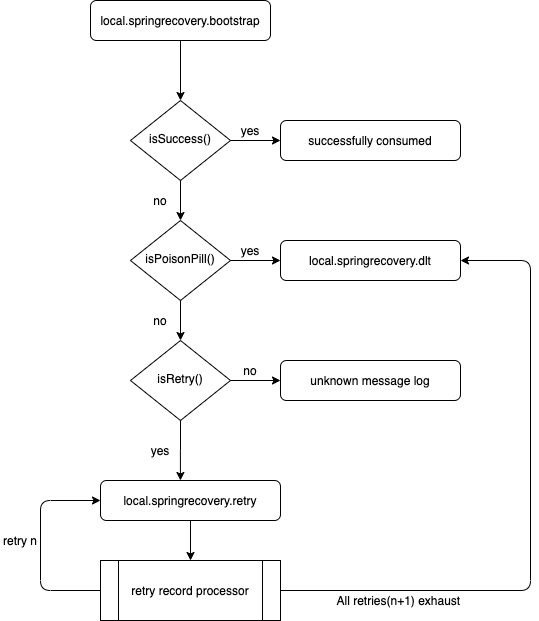
Earlier version of the draw.io export documents/spring-kafka-recovery-flow.png (Raghav2211/spring-kafka-recovery). Source tidied: cells renumbered, new cells last; positions are measured from the earlier drawing's top-left corner, leaving out a move shared by most shapes. Source of this version:
```xml
<mxGraphModel>
  <root>
    <mxCell id="0" />
    <mxCell id="1" parent="0" />
    <mxCell id="2" style="group;" parent="1" vertex="1">
      <mxGeometry width="530" height="620" as="geometry" />
    </mxCell>
    <mxCell id="3" value="isSuccess()" style="rhombus;whiteSpace=wrap;html=1;shadow=0;fontFamily=Helvetica;fontSize=12;align=center;strokeWidth=1;spacing=6;spacingTop=-4;" parent="2" vertex="1">
      <mxGeometry x="130" y="100" width="100" height="80" as="geometry" />
    </mxCell>
    <mxCell id="4" value="successfully consumed" style="rounded=1;whiteSpace=wrap;html=1;fontSize=12;glass=0;strokeWidth=1;shadow=0;" parent="2" vertex="1">
      <mxGeometry x="280" y="120" width="180" height="40" as="geometry" />
    </mxCell>
    <mxCell id="5" style="edgeStyle=orthogonalEdgeStyle;rounded=0;jettySize=auto;html=1;entryX=0;entryY=0.5;entryDx=0;entryDy=0;" parent="2" edge="1" source="3" target="4">
      <mxGeometry relative="1" as="geometry" />
    </mxCell>
    <mxCell id="6" style="edgeStyle=orthogonalEdgeStyle;rounded=0;jettySize=auto;html=1;entryX=0.5;entryY=0;entryDx=0;entryDy=0;" parent="2" edge="1" source="7" target="3">
      <mxGeometry relative="1" as="geometry" />
    </mxCell>
    <mxCell id="7" value="local.springrecovery.bootstrap" style="rounded=1;whiteSpace=wrap;html=1;fontSize=12;glass=0;strokeWidth=1;shadow=0;" parent="2" vertex="1">
      <mxGeometry x="90" width="180" height="40" as="geometry" />
    </mxCell>
    <mxCell id="8" value="isPoisonPill()" style="rhombus;whiteSpace=wrap;html=1;shadow=0;fontFamily=Helvetica;fontSize=12;align=center;strokeWidth=1;spacing=6;spacingTop=-4;" parent="2" vertex="1">
      <mxGeometry x="130" y="220" width="100" height="80" as="geometry" />
    </mxCell>
    <mxCell id="9" style="edgeStyle=orthogonalEdgeStyle;rounded=0;jettySize=auto;html=1;entryX=0.5;entryY=0;entryDx=0;entryDy=0;" parent="2" edge="1" source="3" target="8">
      <mxGeometry relative="1" as="geometry" />
    </mxCell>
    <mxCell id="10" value="isRetry()" style="rhombus;whiteSpace=wrap;html=1;shadow=0;fontFamily=Helvetica;fontSize=12;align=center;strokeWidth=1;spacing=6;spacingTop=-4;" parent="2" vertex="1">
      <mxGeometry x="130" y="340" width="100" height="80" as="geometry" />
    </mxCell>
    <mxCell id="11" style="edgeStyle=orthogonalEdgeStyle;rounded=0;jettySize=auto;html=1;entryX=0.5;entryY=0;entryDx=0;entryDy=0;" parent="2" edge="1" source="8" target="10">
      <mxGeometry relative="1" as="geometry" />
    </mxCell>
    <mxCell id="12" value="local.springrecovery.dlt" style="rounded=1;whiteSpace=wrap;html=1;fontSize=12;glass=0;strokeWidth=1;shadow=0;" parent="2" vertex="1">
      <mxGeometry x="280" y="240" width="180" height="40" as="geometry" />
    </mxCell>
    <mxCell id="13" style="edgeStyle=orthogonalEdgeStyle;rounded=0;jettySize=auto;html=1;entryX=0;entryY=0.5;entryDx=0;entryDy=0;" parent="2" edge="1" source="8" target="12">
      <mxGeometry relative="1" as="geometry" />
    </mxCell>
    <mxCell id="14" value="unknown message log" style="rounded=1;whiteSpace=wrap;html=1;fontSize=12;glass=0;strokeWidth=1;shadow=0;" parent="2" vertex="1">
      <mxGeometry x="280" y="360" width="180" height="40" as="geometry" />
    </mxCell>
    <mxCell id="15" style="edgeStyle=orthogonalEdgeStyle;rounded=0;jettySize=auto;html=1;entryX=0;entryY=0.5;entryDx=0;entryDy=0;" parent="2" edge="1" source="10" target="14">
      <mxGeometry relative="1" as="geometry" />
    </mxCell>
    <mxCell id="16" value="local.springrecovery.retry" style="rounded=1;whiteSpace=wrap;html=1;fontSize=12;glass=0;strokeWidth=1;shadow=0;" parent="2" vertex="1">
      <mxGeometry x="100" y="480" width="180" height="40" as="geometry" />
    </mxCell>
    <mxCell id="17" style="edgeStyle=orthogonalEdgeStyle;rounded=0;jettySize=auto;html=1;entryX=0.444;entryY=0;entryDx=0;entryDy=0;entryPerimeter=0;" parent="2" edge="1" source="10" target="16">
      <mxGeometry relative="1" as="geometry" />
    </mxCell>
    <mxCell id="18" value="retry record processor" style="shape=process;whiteSpace=wrap;html=1;backgroundOutline=1;" parent="2" vertex="1">
      <mxGeometry x="100" y="560" width="180" height="60" as="geometry" />
    </mxCell>
    <mxCell id="19" style="endArrow=classic;html=1;exitX=1;exitY=0.5;exitDx=0;exitDy=0;entryX=1;entryY=0.5;entryDx=0;entryDy=0;" parent="2" edge="1" source="18" target="12">
      <mxGeometry relative="1" as="geometry">
        <Array as="points">
          <mxPoint x="530" y="590" />
          <mxPoint x="530" y="260" />
        </Array>
      </mxGeometry>
    </mxCell>
    <mxCell id="20" value="All retries(n+1) exhaust&amp;nbsp;" style="text;html=1;strokeColor=none;fillColor=none;align=center;verticalAlign=middle;whiteSpace=wrap;rounded=0;" parent="2" vertex="1">
      <mxGeometry x="330" y="590" width="140" height="20" as="geometry" />
    </mxCell>
    <mxCell id="21" value="yes" style="text;html=1;strokeColor=none;fillColor=none;align=center;verticalAlign=middle;whiteSpace=wrap;rounded=0;" parent="2" vertex="1">
      <mxGeometry x="230" y="120" width="40" height="20" as="geometry" />
    </mxCell>
    <mxCell id="22" value="no" style="text;html=1;strokeColor=none;fillColor=none;align=center;verticalAlign=middle;whiteSpace=wrap;rounded=0;" parent="2" vertex="1">
      <mxGeometry x="140" y="190" width="40" height="20" as="geometry" />
    </mxCell>
    <mxCell id="23" value="yes" style="text;html=1;strokeColor=none;fillColor=none;align=center;verticalAlign=middle;whiteSpace=wrap;rounded=0;" parent="2" vertex="1">
      <mxGeometry x="230" y="240" width="40" height="20" as="geometry" />
    </mxCell>
    <mxCell id="24" value="no" style="text;html=1;strokeColor=none;fillColor=none;align=center;verticalAlign=middle;whiteSpace=wrap;rounded=0;" parent="2" vertex="1">
      <mxGeometry x="140" y="310" width="40" height="20" as="geometry" />
    </mxCell>
    <mxCell id="25" value="no" style="text;html=1;strokeColor=none;fillColor=none;align=center;verticalAlign=middle;whiteSpace=wrap;rounded=0;" parent="2" vertex="1">
      <mxGeometry x="230" y="360" width="40" height="20" as="geometry" />
    </mxCell>
    <mxCell id="26" value="yes" style="text;html=1;strokeColor=none;fillColor=none;align=center;verticalAlign=middle;whiteSpace=wrap;rounded=0;" parent="2" vertex="1">
      <mxGeometry x="140" y="440" width="40" height="20" as="geometry" />
    </mxCell>
    <mxCell id="27" style="edgeStyle=orthogonalEdgeStyle;rounded=0;jettySize=auto;html=1;entryX=0.5;entryY=0;entryDx=0;entryDy=0;" parent="2" edge="1" source="16" target="18">
      <mxGeometry relative="1" as="geometry" />
    </mxCell>
    <mxCell id="28" style="endArrow=classic;html=1;entryX=0;entryY=0.5;entryDx=0;entryDy=0;exitX=0;exitY=0.5;exitDx=0;exitDy=0;" parent="2" edge="1" source="18" target="16">
      <mxGeometry relative="1" as="geometry">
        <Array as="points">
          <mxPoint x="40" y="590" />
          <mxPoint x="40" y="500" />
        </Array>
      </mxGeometry>
    </mxCell>
    <mxCell id="29" value="retry n" style="text;html=1;strokeColor=none;fillColor=none;align=center;verticalAlign=middle;whiteSpace=wrap;rounded=0;" parent="2" vertex="1">
      <mxGeometry y="530" width="40" height="20" as="geometry" />
    </mxCell>
  </root>
</mxGraphModel>
```
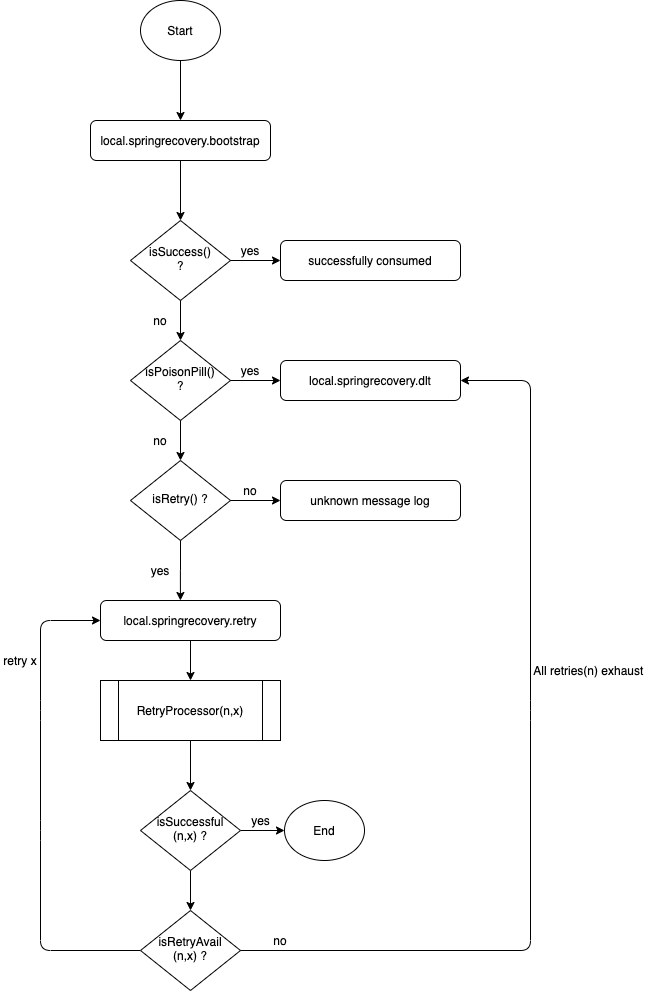
Above is the later version.

Commit message:
add missing condition in flow

Diff of the diagram source:
```diff
@@ -5,7 +5,7 @@
     <mxCell id="2" style="group;" parent="1" vertex="1">
       <mxGeometry width="530" height="620" as="geometry" />
     </mxCell>
-    <mxCell id="3" value="isSuccess()" style="rhombus;whiteSpace=wrap;html=1;shadow=0;fontFamily=Helvetica;fontSize=12;align=center;strokeWidth=1;spacing=6;spacingTop=-4;" parent="2" vertex="1">
+    <mxCell id="3" value="isSuccess()&lt;br&gt;?" style="rhombus;whiteSpace=wrap;html=1;shadow=0;fontFamily=Helvetica;fontSize=12;align=center;strokeWidth=1;spacing=6;spacingTop=-4;" parent="2" vertex="1">
       <mxGeometry x="130" y="100" width="100" height="80" as="geometry" />
     </mxCell>
     <mxCell id="4" value="successfully consumed" style="rounded=1;whiteSpace=wrap;html=1;fontSize=12;glass=0;strokeWidth=1;shadow=0;" parent="2" vertex="1">
@@ -20,13 +20,13 @@
     <mxCell id="7" value="local.springrecovery.bootstrap" style="rounded=1;whiteSpace=wrap;html=1;fontSize=12;glass=0;strokeWidth=1;shadow=0;" parent="2" vertex="1">
       <mxGeometry x="90" width="180" height="40" as="geometry" />
     </mxCell>
-    <mxCell id="8" value="isPoisonPill()" style="rhombus;whiteSpace=wrap;html=1;shadow=0;fontFamily=Helvetica;fontSize=12;align=center;strokeWidth=1;spacing=6;spacingTop=-4;" parent="2" vertex="1">
+    <mxCell id="8" value="isPoisonPill()&lt;br&gt;?" style="rhombus;whiteSpace=wrap;html=1;shadow=0;fontFamily=Helvetica;fontSize=12;align=center;strokeWidth=1;spacing=6;spacingTop=-4;" parent="2" vertex="1">
       <mxGeometry x="130" y="220" width="100" height="80" as="geometry" />
     </mxCell>
     <mxCell id="9" style="edgeStyle=orthogonalEdgeStyle;rounded=0;jettySize=auto;html=1;entryX=0.5;entryY=0;entryDx=0;entryDy=0;" parent="2" edge="1" source="3" target="8">
       <mxGeometry relative="1" as="geometry" />
     </mxCell>
-    <mxCell id="10" value="isRetry()" style="rhombus;whiteSpace=wrap;html=1;shadow=0;fontFamily=Helvetica;fontSize=12;align=center;strokeWidth=1;spacing=6;spacingTop=-4;" parent="2" vertex="1">
+    <mxCell id="10" value="isRetry() ?" style="rhombus;whiteSpace=wrap;html=1;shadow=0;fontFamily=Helvetica;fontSize=12;align=center;strokeWidth=1;spacing=6;spacingTop=-4;" parent="2" vertex="1">
       <mxGeometry x="130" y="340" width="100" height="80" as="geometry" />
     </mxCell>
     <mxCell id="11" style="edgeStyle=orthogonalEdgeStyle;rounded=0;jettySize=auto;html=1;entryX=0.5;entryY=0;entryDx=0;entryDy=0;" parent="2" edge="1" source="8" target="10">
@@ -50,20 +50,9 @@
     <mxCell id="17" style="edgeStyle=orthogonalEdgeStyle;rounded=0;jettySize=auto;html=1;entryX=0.444;entryY=0;entryDx=0;entryDy=0;entryPerimeter=0;" parent="2" edge="1" source="10" target="16">
       <mxGeometry relative="1" as="geometry" />
     </mxCell>
-    <mxCell id="18" value="retry record processor" style="shape=process;whiteSpace=wrap;html=1;backgroundOutline=1;" parent="2" vertex="1">
+    <mxCell id="18" value="RetryProcessor(n,x)" style="shape=process;whiteSpace=wrap;html=1;backgroundOutline=1;" parent="2" vertex="1">
       <mxGeometry x="100" y="560" width="180" height="60" as="geometry" />
     </mxCell>
-    <mxCell id="19" style="endArrow=classic;html=1;exitX=1;exitY=0.5;exitDx=0;exitDy=0;entryX=1;entryY=0.5;entryDx=0;entryDy=0;" parent="2" edge="1" source="18" target="12">
-      <mxGeometry relative="1" as="geometry">
-        <Array as="points">
-          <mxPoint x="530" y="590" />
-          <mxPoint x="530" y="260" />
-        </Array>
-      </mxGeometry>
-    </mxCell>
-    <mxCell id="20" value="All retries(n+1) exhaust&amp;nbsp;" style="text;html=1;strokeColor=none;fillColor=none;align=center;verticalAlign=middle;whiteSpace=wrap;rounded=0;" parent="2" vertex="1">
-      <mxGeometry x="330" y="590" width="140" height="20" as="geometry" />
-    </mxCell>
     <mxCell id="21" value="yes" style="text;html=1;strokeColor=none;fillColor=none;align=center;verticalAlign=middle;whiteSpace=wrap;rounded=0;" parent="2" vertex="1">
       <mxGeometry x="230" y="120" width="40" height="20" as="geometry" />
     </mxCell>
@@ -85,16 +74,60 @@
     <mxCell id="27" style="edgeStyle=orthogonalEdgeStyle;rounded=0;jettySize=auto;html=1;entryX=0.5;entryY=0;entryDx=0;entryDy=0;" parent="2" edge="1" source="16" target="18">
       <mxGeometry relative="1" as="geometry" />
     </mxCell>
+    <mxCell id="29" value="retry x" style="text;html=1;strokeColor=none;fillColor=none;align=center;verticalAlign=middle;whiteSpace=wrap;rounded=0;" parent="2" vertex="1">
+      <mxGeometry y="530" width="40" height="20" as="geometry" />
+    </mxCell>
+    <mxCell id="30" style="edgeStyle=orthogonalEdgeStyle;rounded=0;jettySize=auto;html=1;entryX=0;entryY=0.5;entryDx=0;entryDy=0;" parent="1" edge="1" source="32" target="34">
+      <mxGeometry relative="1" as="geometry" />
+    </mxCell>
+    <mxCell id="31" style="edgeStyle=orthogonalEdgeStyle;rounded=0;jettySize=auto;html=1;" parent="1" edge="1" source="32" target="36">
+      <mxGeometry relative="1" as="geometry" />
+    </mxCell>
+    <mxCell id="32" value="isSuccessful&lt;br&gt;(n,x) ?" style="rhombus;whiteSpace=wrap;html=1;shadow=0;fontFamily=Helvetica;fontSize=12;align=center;strokeWidth=1;spacing=6;spacingTop=-4;" parent="1" vertex="1">
+      <mxGeometry x="140" y="670" width="100" height="80" as="geometry" />
+    </mxCell>
-    <mxCell id="28" style="endArrow=classic;html=1;entryX=0;entryY=0.5;entryDx=0;entryDy=0;exitX=0;exitY=0.5;exitDx=0;exitDy=0;" parent="2" edge="1" source="18" target="16">
+    <mxCell id="28" style="endArrow=classic;html=1;entryX=0;entryY=0.5;entryDx=0;entryDy=0;exitX=0;exitY=0.5;exitDx=0;exitDy=0;" parent="1" edge="1" source="36" target="16">
       <mxGeometry relative="1" as="geometry">
         <Array as="points">
+          <mxPoint x="40" y="830" />
+          <mxPoint x="40" y="710" />
           <mxPoint x="40" y="590" />
           <mxPoint x="40" y="500" />
         </Array>
       </mxGeometry>
     </mxCell>
-    <mxCell id="29" value="retry n" style="text;html=1;strokeColor=none;fillColor=none;align=center;verticalAlign=middle;whiteSpace=wrap;rounded=0;" parent="2" vertex="1">
-      <mxGeometry y="530" width="40" height="20" as="geometry" />
-    </mxCell>
+    <mxCell id="33" style="edgeStyle=orthogonalEdgeStyle;rounded=0;jettySize=auto;html=1;entryX=0.5;entryY=0;entryDx=0;entryDy=0;" parent="1" edge="1" source="18" target="32">
+      <mxGeometry relative="1" as="geometry" />
+    </mxCell>
+    <mxCell id="34" value="End" style="ellipse;whiteSpace=wrap;html=1;" parent="1" vertex="1">
+      <mxGeometry x="284" y="680" width="80" height="60" as="geometry" />
+    </mxCell>
+    <mxCell id="35" value="yes" style="text;html=1;align=center;verticalAlign=middle;" parent="1" vertex="1">
+      <mxGeometry x="245" y="690" width="30" height="20" as="geometry" />
+    </mxCell>
+    <mxCell id="36" value="isRetryAvail&lt;br&gt;(n,x) ?" style="rhombus;whiteSpace=wrap;html=1;shadow=0;fontFamily=Helvetica;fontSize=12;align=center;strokeWidth=1;spacing=6;spacingTop=-4;" parent="1" vertex="1">
+      <mxGeometry x="140" y="790" width="100" height="80" as="geometry" />
+    </mxCell>
+    <mxCell id="19" style="endArrow=classic;html=1;entryX=1;entryY=0.5;entryDx=0;entryDy=0;exitX=1;exitY=0.5;exitDx=0;exitDy=0;" parent="1" edge="1" source="36" target="12">
+      <mxGeometry relative="1" as="geometry">
+        <Array as="points">
+          <mxPoint x="530" y="830" />
+          <mxPoint x="530" y="590" />
+          <mxPoint x="530" y="260" />
+        </Array>
+      </mxGeometry>
+    </mxCell>
+    <mxCell id="20" value="All retries(n) exhaust&amp;nbsp;" style="text;html=1;strokeColor=none;fillColor=none;align=center;verticalAlign=middle;whiteSpace=wrap;rounded=0;" parent="1" vertex="1">
+      <mxGeometry x="520" y="540" width="140" height="20" as="geometry" />
+    </mxCell>
+    <mxCell id="37" value="no" style="text;html=1;strokeColor=none;fillColor=none;align=center;verticalAlign=middle;whiteSpace=wrap;rounded=0;" parent="1" vertex="1">
+      <mxGeometry x="260" y="810" width="40" height="20" as="geometry" />
+    </mxCell>
+    <mxCell id="38" style="edgeStyle=orthogonalEdgeStyle;rounded=0;jettySize=auto;html=1;entryX=0.5;entryY=0;entryDx=0;entryDy=0;" parent="1" edge="1" source="39" target="7">
+      <mxGeometry relative="1" as="geometry" />
+    </mxCell>
+    <mxCell id="39" value="Start" style="ellipse;whiteSpace=wrap;html=1;" parent="1" vertex="1">
+      <mxGeometry x="140" y="-120" width="80" height="60" as="geometry" />
+    </mxCell>
   </root>
 </mxGraphModel>
```
